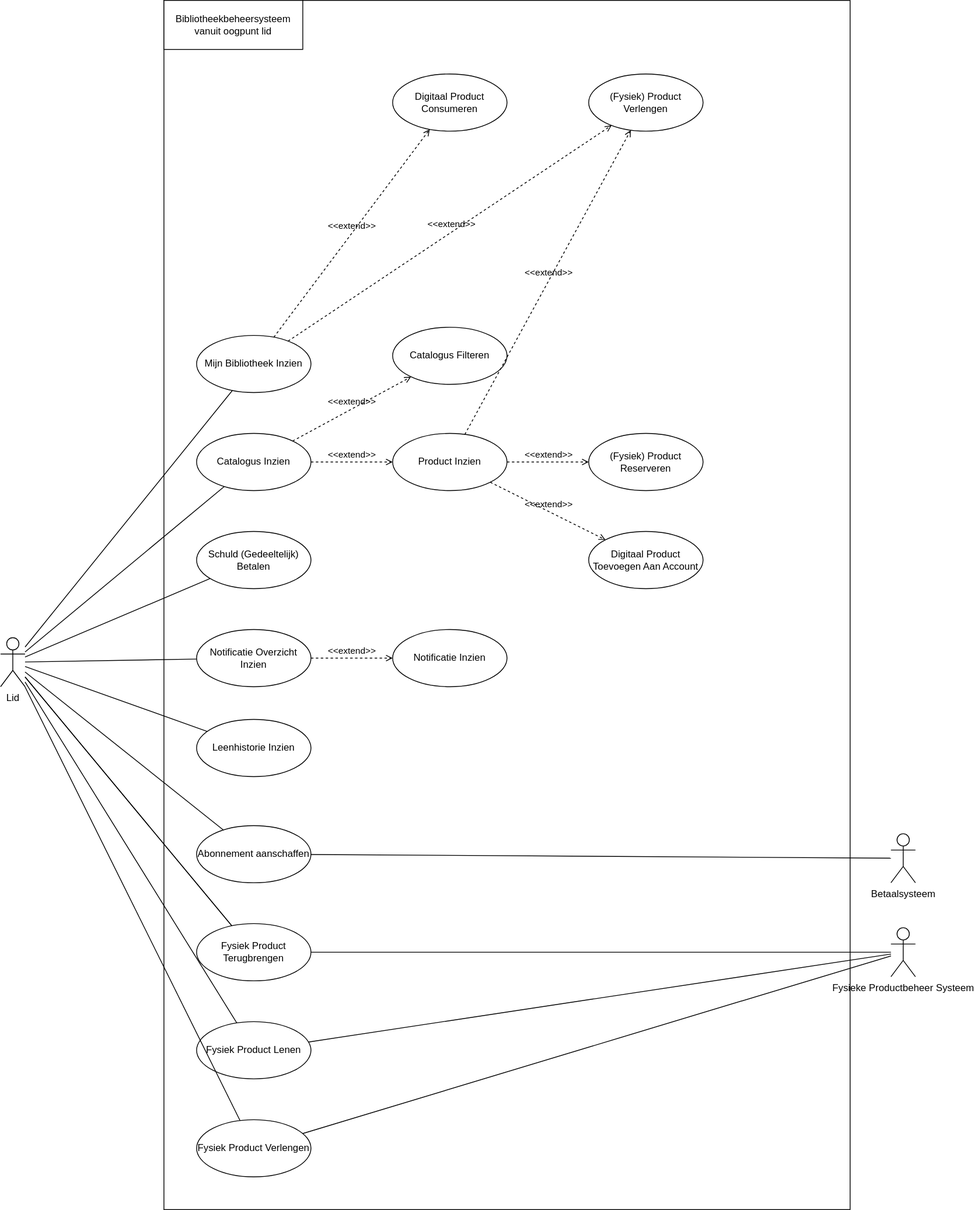
Earlier version of the draw.io export documents/usecases/diagrams/lid-usecase-diagram.drawio.svg (pieter-groenendijk/oose-library-management-system). Source tidied: cells renumbered, new cells last; positions are measured from the earlier drawing's top-left corner, leaving out a move shared by most shapes.
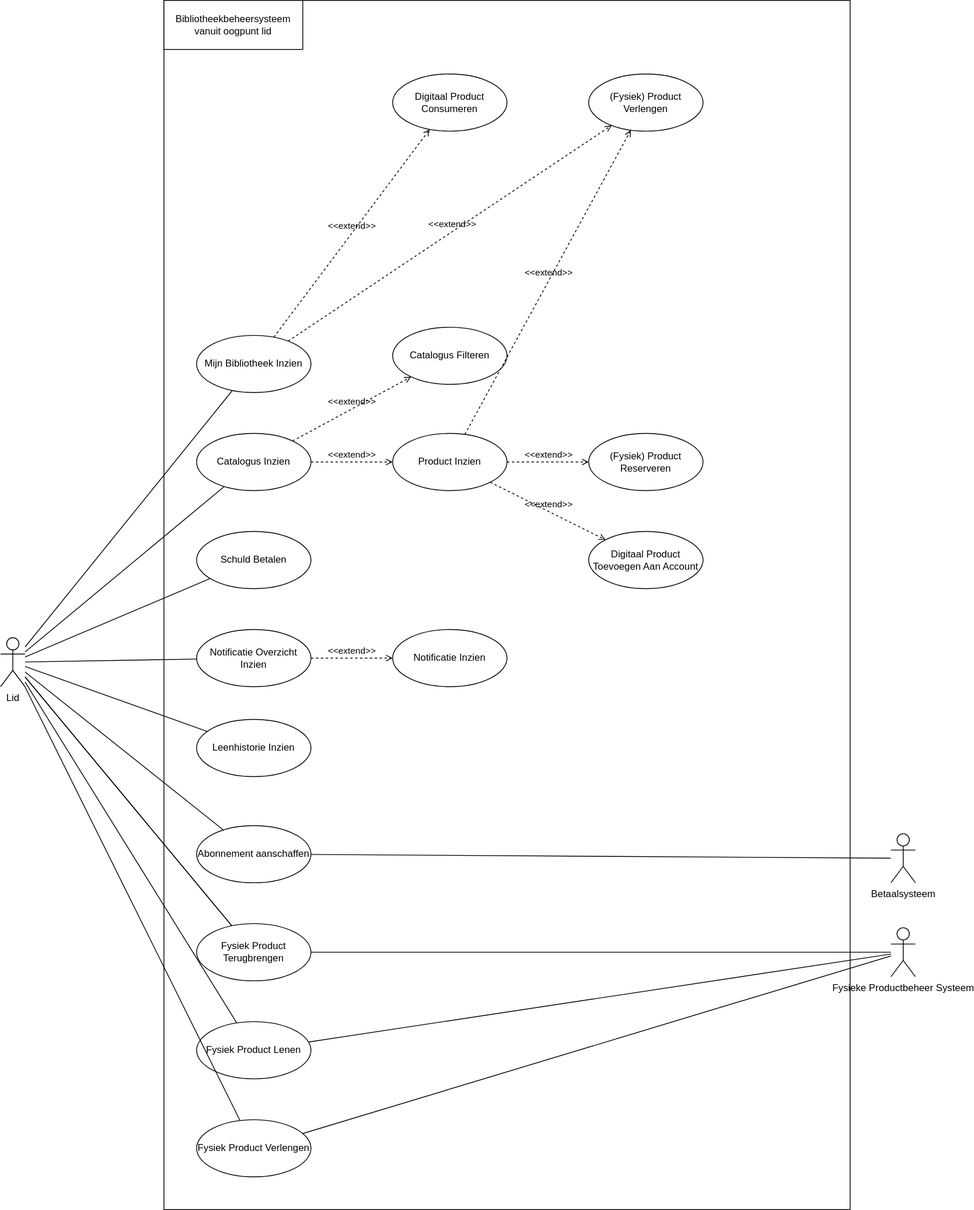
After the change.

Commit message:
Applied feedback 15-oct-2024 to usecase 'schuld-afbetalen'

Change to the diagram source:
```diff
@@ -20,7 +20,7 @@
     <mxCell id="7" value="Fysiek Product Terugbrengen" style="ellipse;whiteSpace=wrap;html=1;" parent="1" vertex="1">
       <mxGeometry x="240" y="1130" width="140" height="70" as="geometry" />
     </mxCell>
-    <mxCell id="8" value="Schuld (Gedeeltelijk) Betalen" style="ellipse;whiteSpace=wrap;html=1;" parent="1" vertex="1">
+    <mxCell id="8" value="Schuld Betalen" style="ellipse;whiteSpace=wrap;html=1;" parent="1" vertex="1">
       <mxGeometry x="240" y="650" width="140" height="70" as="geometry" />
     </mxCell>
     <mxCell id="9" style="endArrow=none;html=1;rounded=0;" parent="1" edge="1" source="4" target="8">
```
